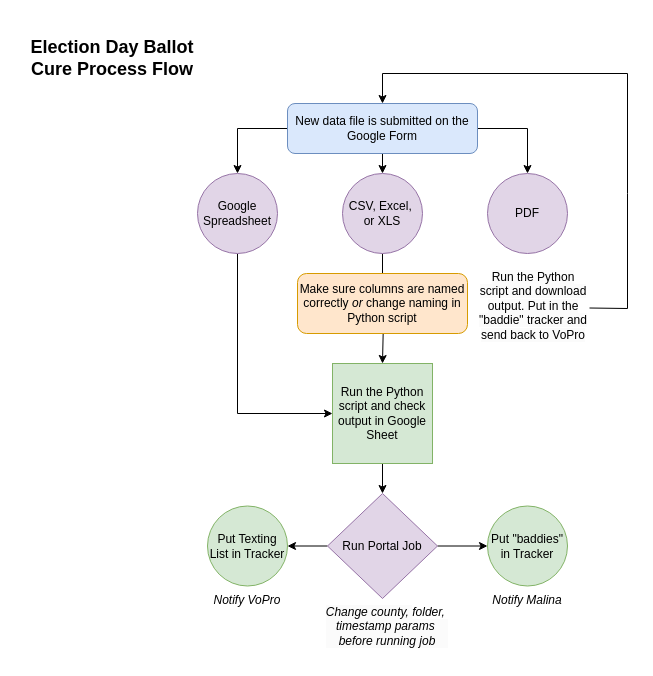
Earlier version of the draw.io diagram Non-Technical-Ballot-Cure-Flow.drawio (jaredbach/DataDiagrams). Source tidied: cells renumbered, new cells numbered last; positions are measured from the earlier drawing's top-left corner, leaving out a move shared by most shapes. Both pictures are drawn from the tidied source at 100%, with x=0, y=0 at pixel (17, 43).
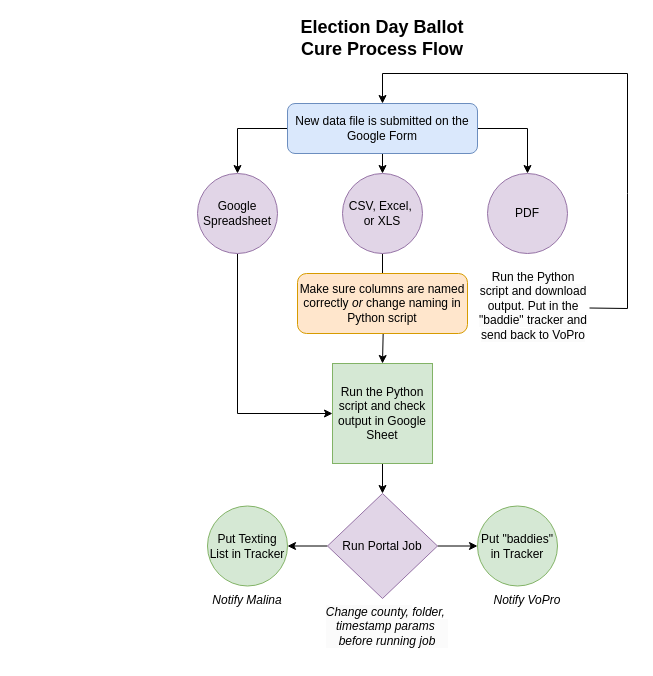
The same diagram, later.

The edit, as a diff of the source:
```diff
@@
     <mxCell id="21" value="Put &quot;baddies&quot; in Tracker" style="ellipse;whiteSpace=wrap;html=1;fillColor=#d5e8d4;strokeColor=#82b366;" parent="1" vertex="1">
-      <mxGeometry x="470" y="462.5" width="80" height="80" as="geometry" />
+      <mxGeometry x="460" y="462.5" width="80" height="80" as="geometry" />
     </mxCell>
-    <mxCell id="22" value="&lt;span style=&quot;text-wrap-mode: nowrap;&quot;&gt;Notify VoPro&lt;/span&gt;" style="text;whiteSpace=wrap;html=1;align=center;fontStyle=2;" parent="1" vertex="1">
+    <mxCell id="22" value="&lt;span style=&quot;text-wrap-mode: nowrap;&quot;&gt;Notify Malina&lt;/span&gt;" style="text;whiteSpace=wrap;html=1;align=center;fontStyle=2;" parent="1" vertex="1">
       <mxGeometry x="170" y="542.5" width="120" height="60" as="geometry" />
     </mxCell>
-    <mxCell id="23" value="&lt;span style=&quot;text-wrap-mode: nowrap;&quot;&gt;Notify Malina&lt;/span&gt;" style="text;whiteSpace=wrap;html=1;align=center;fontStyle=2;" parent="1" vertex="1">
+    <mxCell id="23" value="&lt;span style=&quot;text-wrap-mode: nowrap;&quot;&gt;Notify VoPro&lt;/span&gt;" style="text;whiteSpace=wrap;html=1;align=center;fontStyle=2;" parent="1" vertex="1">
       <mxGeometry x="450" y="542.5" width="120" height="60" as="geometry" />
     </mxCell>
     <mxCell id="24" value="Election Day Ballot Cure Process Flow" style="text;html=1;align=center;verticalAlign=middle;whiteSpace=wrap;rounded=0;fontSize=18;fontStyle=1;" parent="1" vertex="1">
-      <mxGeometry width="190" height="30" as="geometry" />
+      <mxGeometry x="270" y="-20" width="190" height="30" as="geometry" />
     </mxCell>
```
